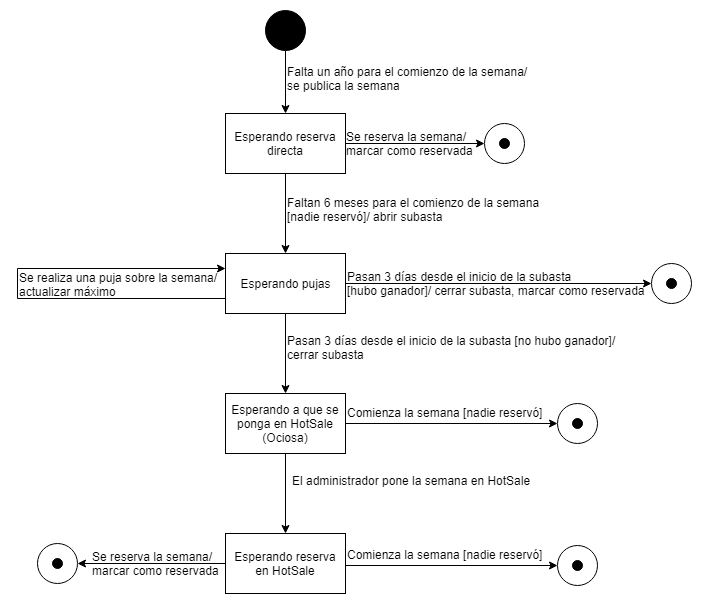
Above: entrega 4/DTE-Semanas.png in julianalmandos/homeswitchhome (draw.io), before the change. Source tidied: cells renumbered, new cells last; positions are measured from the earlier drawing's top-left corner, leaving out a move shared by most shapes. Its diagram source:
```xml
<mxGraphModel>
  <root>
    <mxCell id="0" />
    <mxCell id="1" parent="0" />
    <mxCell id="2" style="edgeStyle=orthogonalEdgeStyle;rounded=0;jettySize=auto;html=1;exitX=0.5;exitY=1;exitDx=0;exitDy=0;" parent="1" edge="1" source="3" target="6">
      <mxGeometry relative="1" as="geometry" />
    </mxCell>
    <mxCell id="3" style="ellipse;whiteSpace=wrap;html=1;fillColor=#000000;" parent="1" vertex="1">
      <mxGeometry x="248" width="40" height="40" as="geometry" />
    </mxCell>
    <mxCell id="4" style="edgeStyle=orthogonalEdgeStyle;rounded=0;jettySize=auto;html=1;" parent="1" edge="1" source="6" target="9">
      <mxGeometry relative="1" as="geometry" />
    </mxCell>
    <mxCell id="5" style="edgeStyle=orthogonalEdgeStyle;rounded=0;jettySize=auto;html=1;exitX=1;exitY=0.5;exitDx=0;exitDy=0;entryX=0;entryY=0.5;entryDx=0;entryDy=0;" parent="1" edge="1" source="6" target="14">
      <mxGeometry relative="1" as="geometry" />
    </mxCell>
    <mxCell id="6" value="Esperando reserva directa" style="rounded=0;whiteSpace=wrap;html=1;" parent="1" vertex="1">
      <mxGeometry x="208" y="103" width="120" height="60" as="geometry" />
    </mxCell>
    <mxCell id="7" style="edgeStyle=orthogonalEdgeStyle;rounded=0;jettySize=auto;html=1;" parent="1" edge="1" source="9" target="11">
      <mxGeometry relative="1" as="geometry" />
    </mxCell>
    <mxCell id="8" style="edgeStyle=orthogonalEdgeStyle;rounded=0;jettySize=auto;html=1;exitX=1;exitY=0.5;exitDx=0;exitDy=0;entryX=0;entryY=0.5;entryDx=0;entryDy=0;" parent="1" edge="1" source="9" target="16">
      <mxGeometry relative="1" as="geometry" />
    </mxCell>
    <mxCell id="9" value="Esperando pujas" style="rounded=0;whiteSpace=wrap;html=1;" parent="1" vertex="1">
      <mxGeometry x="208" y="243" width="120" height="60" as="geometry" />
    </mxCell>
    <mxCell id="10" style="edgeStyle=orthogonalEdgeStyle;rounded=0;jettySize=auto;html=1;" parent="1" edge="1" source="11" target="13">
      <mxGeometry relative="1" as="geometry" />
    </mxCell>
    <mxCell id="11" value="Esperando a que se ponga en HotSale (Ociosa)" style="rounded=0;whiteSpace=wrap;html=1;" parent="1" vertex="1">
      <mxGeometry x="208" y="383" width="120" height="60" as="geometry" />
    </mxCell>
    <mxCell id="12" style="edgeStyle=orthogonalEdgeStyle;rounded=0;jettySize=auto;html=1;exitX=0;exitY=0.5;exitDx=0;exitDy=0;entryX=1;entryY=0.5;entryDx=0;entryDy=0;" parent="1" edge="1" source="13" target="32">
      <mxGeometry relative="1" as="geometry" />
    </mxCell>
    <mxCell id="13" value="Esperando reserva en HotSale" style="rounded=0;whiteSpace=wrap;html=1;" parent="1" vertex="1">
      <mxGeometry x="208" y="523" width="120" height="60" as="geometry" />
    </mxCell>
    <mxCell id="14" style="ellipse;whiteSpace=wrap;html=1;fillColor=none;" parent="1" vertex="1">
      <mxGeometry x="467" y="113" width="40" height="40" as="geometry" />
    </mxCell>
    <mxCell id="15" style="ellipse;whiteSpace=wrap;html=1;fillColor=#000000;" parent="1" vertex="1">
      <mxGeometry x="482" y="128" width="10" height="10" as="geometry" />
    </mxCell>
    <mxCell id="16" style="ellipse;whiteSpace=wrap;html=1;fillColor=none;" parent="1" vertex="1">
      <mxGeometry x="634" y="253" width="40" height="40" as="geometry" />
    </mxCell>
    <mxCell id="17" style="ellipse;whiteSpace=wrap;html=1;fillColor=#000000;" parent="1" vertex="1">
      <mxGeometry x="649" y="268" width="10" height="10" as="geometry" />
    </mxCell>
    <mxCell id="18" style="edgeStyle=orthogonalEdgeStyle;rounded=0;jettySize=auto;html=1;exitX=1;exitY=0.5;exitDx=0;exitDy=0;entryX=0;entryY=0.5;entryDx=0;entryDy=0;" parent="1" edge="1" target="19">
      <mxGeometry relative="1" as="geometry">
        <mxPoint x="328" y="555" as="sourcePoint" />
      </mxGeometry>
    </mxCell>
    <mxCell id="19" style="ellipse;whiteSpace=wrap;html=1;fillColor=none;" parent="1" vertex="1">
      <mxGeometry x="540" y="535" width="40" height="40" as="geometry" />
    </mxCell>
    <mxCell id="20" style="ellipse;whiteSpace=wrap;html=1;fillColor=#000000;" parent="1" vertex="1">
      <mxGeometry x="555" y="550" width="10" height="10" as="geometry" />
    </mxCell>
    <mxCell id="21" style="edgeStyle=orthogonalEdgeStyle;rounded=0;jettySize=auto;html=1;exitX=1;exitY=0.5;exitDx=0;exitDy=0;entryX=0;entryY=0.5;entryDx=0;entryDy=0;" parent="1" edge="1" target="22">
      <mxGeometry relative="1" as="geometry">
        <mxPoint x="328" y="413" as="sourcePoint" />
      </mxGeometry>
    </mxCell>
    <mxCell id="22" style="ellipse;whiteSpace=wrap;html=1;fillColor=none;" parent="1" vertex="1">
      <mxGeometry x="540" y="393" width="40" height="40" as="geometry" />
    </mxCell>
    <mxCell id="23" style="ellipse;whiteSpace=wrap;html=1;fillColor=#000000;" parent="1" vertex="1">
      <mxGeometry x="555" y="408" width="10" height="10" as="geometry" />
    </mxCell>
    <mxCell id="24" value="Falta un año para el comienzo de la semana/&lt;br&gt;se publica la semana&lt;br&gt;" style="text;html=1;align=left;verticalAlign=top;spacingTop=-4;" parent="1" vertex="1">
      <mxGeometry x="268" y="52" width="260" height="30" as="geometry" />
    </mxCell>
    <mxCell id="25" value="Se reserva la semana/&lt;br&gt;marcar como reservada&lt;br&gt;" style="text;html=1;align=left;verticalAlign=top;spacingTop=-4;" parent="1" vertex="1">
      <mxGeometry x="327" y="116.5" width="140" height="30" as="geometry" />
    </mxCell>
    <mxCell id="26" value="Faltan 6 meses para el comienzo de la semana&lt;br&gt;[nadie reservó]/ abrir subasta&lt;br&gt;" style="text;html=1;align=left;verticalAlign=top;spacingTop=-4;" parent="1" vertex="1">
      <mxGeometry x="268" y="183" width="270" height="30" as="geometry" />
    </mxCell>
    <mxCell id="27" style="edgeStyle=orthogonalEdgeStyle;rounded=0;orthogonalLoop=1;jettySize=auto;html=1;exitX=0;exitY=0.75;exitDx=0;exitDy=0;entryX=0;entryY=0.25;entryDx=0;entryDy=0;" parent="1" edge="1" source="9" target="9">
      <mxGeometry relative="1" as="geometry">
        <Array as="points">
          <mxPoint y="288" />
          <mxPoint y="258" />
        </Array>
      </mxGeometry>
    </mxCell>
    <mxCell id="28" value="Se realiza una puja sobre la semana/&lt;br&gt;actualizar máximo" style="text;html=1;align=left;verticalAlign=top;spacingTop=-4;" parent="1" vertex="1">
      <mxGeometry y="258" width="210" height="30" as="geometry" />
    </mxCell>
    <mxCell id="29" value="Pasan 3 días desde el inicio de la subasta [no hubo ganador]/&lt;br&gt;cerrar subasta&lt;br&gt;" style="text;html=1;align=left;verticalAlign=top;spacingTop=-4;" parent="1" vertex="1">
      <mxGeometry x="268" y="320.5" width="340" height="30" as="geometry" />
    </mxCell>
    <mxCell id="30" value="El administrador pone la semana en HotSale" style="text;html=1;align=left;verticalAlign=top;spacingTop=-4;" parent="1" vertex="1">
      <mxGeometry x="273" y="460.5" width="250" height="20" as="geometry" />
    </mxCell>
    <mxCell id="31" value="Comienza la semana [nadie reservó]" style="text;html=1;align=left;verticalAlign=top;spacingTop=-4;" parent="1" vertex="1">
      <mxGeometry x="328" y="535" width="210" height="20" as="geometry" />
    </mxCell>
    <mxCell id="32" style="ellipse;whiteSpace=wrap;html=1;fillColor=none;" parent="1" vertex="1">
      <mxGeometry x="20" y="533" width="40" height="40" as="geometry" />
    </mxCell>
    <mxCell id="33" style="ellipse;whiteSpace=wrap;html=1;fillColor=#000000;" parent="1" vertex="1">
      <mxGeometry x="35" y="548" width="10" height="10" as="geometry" />
    </mxCell>
    <mxCell id="34" value="Se reserva la semana/&lt;br&gt;marcar como reservada&lt;br&gt;" style="text;html=1;align=left;verticalAlign=top;spacingTop=-4;" parent="1" vertex="1">
      <mxGeometry x="73" y="537" width="140" height="30" as="geometry" />
    </mxCell>
    <mxCell id="35" value="Comienza la semana [nadie reservó]" style="text;html=1;align=left;verticalAlign=top;spacingTop=-4;" parent="1" vertex="1">
      <mxGeometry x="328" y="393" width="210" height="20" as="geometry" />
    </mxCell>
    <mxCell id="36" value="Pasan 3 días desde el inicio de la subasta&lt;br&gt;[hubo ganador]/ cerrar subasta, marcar como reservada&lt;br&gt;" style="text;html=1;align=left;verticalAlign=top;spacingTop=-4;" parent="1" vertex="1">
      <mxGeometry x="328" y="257" width="310" height="30" as="geometry" />
    </mxCell>
  </root>
</mxGraphModel>
```
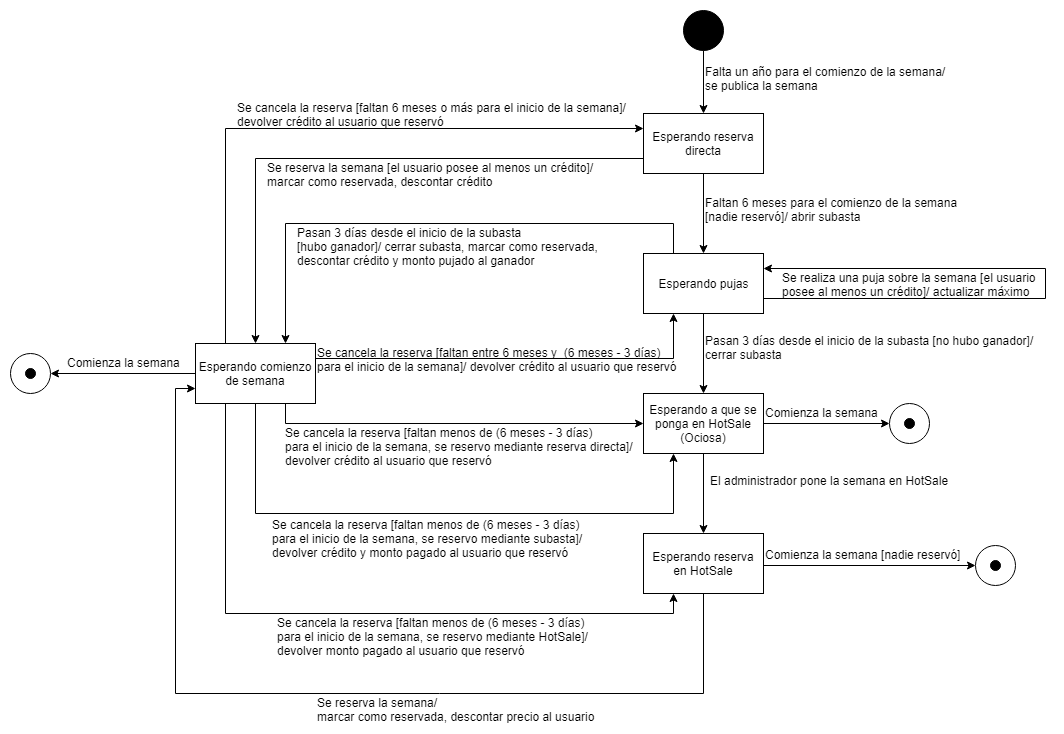
The same file after the commit.

Commit message:
corrección dte semanas

Diff of the diagram source:
```diff
@@ -11,18 +11,23 @@
     <mxCell id="4" style="edgeStyle=orthogonalEdgeStyle;rounded=0;jettySize=auto;html=1;" parent="1" edge="1" source="6" target="9">
       <mxGeometry relative="1" as="geometry" />
     </mxCell>
-    <mxCell id="5" style="edgeStyle=orthogonalEdgeStyle;rounded=0;jettySize=auto;html=1;exitX=1;exitY=0.5;exitDx=0;exitDy=0;entryX=0;entryY=0.5;entryDx=0;entryDy=0;" parent="1" edge="1" source="6" target="14">
-      <mxGeometry relative="1" as="geometry" />
-    </mxCell>
+    <mxCell id="37" style="edgeStyle=orthogonalEdgeStyle;rounded=0;jettySize=auto;html=1;exitX=0;exitY=0.75;exitDx=0;exitDy=0;entryX=0.5;entryY=0;entryDx=0;entryDy=0;" parent="1" edge="1" source="6" target="45">
+      <mxGeometry relative="1" as="geometry" />
+    </mxCell>
     <mxCell id="6" value="Esperando reserva directa" style="rounded=0;whiteSpace=wrap;html=1;" parent="1" vertex="1">
       <mxGeometry x="208" y="103" width="120" height="60" as="geometry" />
     </mxCell>
     <mxCell id="7" style="edgeStyle=orthogonalEdgeStyle;rounded=0;jettySize=auto;html=1;" parent="1" edge="1" source="9" target="11">
       <mxGeometry relative="1" as="geometry" />
     </mxCell>
-    <mxCell id="8" style="edgeStyle=orthogonalEdgeStyle;rounded=0;jettySize=auto;html=1;exitX=1;exitY=0.5;exitDx=0;exitDy=0;entryX=0;entryY=0.5;entryDx=0;entryDy=0;" parent="1" edge="1" source="9" target="16">
-      <mxGeometry relative="1" as="geometry" />
-    </mxCell>
+    <mxCell id="38" style="edgeStyle=orthogonalEdgeStyle;rounded=0;jettySize=auto;html=1;exitX=0.25;exitY=0;exitDx=0;exitDy=0;entryX=0.75;entryY=0;entryDx=0;entryDy=0;" parent="1" edge="1" source="9" target="45">
+      <mxGeometry relative="1" as="geometry">
+        <Array as="points">
+          <mxPoint x="238" y="213" />
+          <mxPoint x="-150" y="213" />
+        </Array>
+      </mxGeometry>
+    </mxCell>
     <mxCell id="9" value="Esperando pujas" style="rounded=0;whiteSpace=wrap;html=1;" parent="1" vertex="1">
       <mxGeometry x="208" y="243" width="120" height="60" as="geometry" />
     </mxCell>
@@ -32,24 +37,18 @@
     <mxCell id="11" value="Esperando a que se ponga en HotSale (Ociosa)" style="rounded=0;whiteSpace=wrap;html=1;" parent="1" vertex="1">
       <mxGeometry x="208" y="383" width="120" height="60" as="geometry" />
     </mxCell>
-    <mxCell id="12" style="edgeStyle=orthogonalEdgeStyle;rounded=0;jettySize=auto;html=1;exitX=0;exitY=0.5;exitDx=0;exitDy=0;entryX=1;entryY=0.5;entryDx=0;entryDy=0;" parent="1" edge="1" source="13" target="32">
-      <mxGeometry relative="1" as="geometry" />
+    <mxCell id="12" style="edgeStyle=orthogonalEdgeStyle;rounded=0;jettySize=auto;html=1;exitX=0.5;exitY=1;exitDx=0;exitDy=0;entryX=0;entryY=0.75;entryDx=0;entryDy=0;" parent="1" edge="1" source="13" target="45">
+      <mxGeometry relative="1" as="geometry">
+        <Array as="points">
+          <mxPoint x="268" y="683" />
+          <mxPoint x="-260" y="683" />
+          <mxPoint x="-260" y="378" />
+        </Array>
+      </mxGeometry>
     </mxCell>
     <mxCell id="13" value="Esperando reserva en HotSale" style="rounded=0;whiteSpace=wrap;html=1;" parent="1" vertex="1">
       <mxGeometry x="208" y="523" width="120" height="60" as="geometry" />
     </mxCell>
-    <mxCell id="14" style="ellipse;whiteSpace=wrap;html=1;fillColor=none;" parent="1" vertex="1">
-      <mxGeometry x="467" y="113" width="40" height="40" as="geometry" />
-    </mxCell>
-    <mxCell id="15" style="ellipse;whiteSpace=wrap;html=1;fillColor=#000000;" parent="1" vertex="1">
-      <mxGeometry x="482" y="128" width="10" height="10" as="geometry" />
-    </mxCell>
-    <mxCell id="16" style="ellipse;whiteSpace=wrap;html=1;fillColor=none;" parent="1" vertex="1">
-      <mxGeometry x="634" y="253" width="40" height="40" as="geometry" />
-    </mxCell>
-    <mxCell id="17" style="ellipse;whiteSpace=wrap;html=1;fillColor=#000000;" parent="1" vertex="1">
-      <mxGeometry x="649" y="268" width="10" height="10" as="geometry" />
-    </mxCell>
     <mxCell id="18" style="edgeStyle=orthogonalEdgeStyle;rounded=0;jettySize=auto;html=1;exitX=1;exitY=0.5;exitDx=0;exitDy=0;entryX=0;entryY=0.5;entryDx=0;entryDy=0;" parent="1" edge="1" target="19">
       <mxGeometry relative="1" as="geometry">
         <mxPoint x="328" y="555" as="sourcePoint" />
@@ -67,30 +66,22 @@
       </mxGeometry>
     </mxCell>
     <mxCell id="22" style="ellipse;whiteSpace=wrap;html=1;fillColor=none;" parent="1" vertex="1">
-      <mxGeometry x="540" y="393" width="40" height="40" as="geometry" />
+      <mxGeometry x="454" y="393" width="40" height="40" as="geometry" />
     </mxCell>
     <mxCell id="23" style="ellipse;whiteSpace=wrap;html=1;fillColor=#000000;" parent="1" vertex="1">
-      <mxGeometry x="555" y="408" width="10" height="10" as="geometry" />
+      <mxGeometry x="469" y="408" width="10" height="10" as="geometry" />
     </mxCell>
     <mxCell id="24" value="Falta un año para el comienzo de la semana/&lt;br&gt;se publica la semana&lt;br&gt;" style="text;html=1;align=left;verticalAlign=top;spacingTop=-4;" parent="1" vertex="1">
       <mxGeometry x="268" y="52" width="260" height="30" as="geometry" />
     </mxCell>
-    <mxCell id="25" value="Se reserva la semana/&lt;br&gt;marcar como reservada&lt;br&gt;" style="text;html=1;align=left;verticalAlign=top;spacingTop=-4;" parent="1" vertex="1">
-      <mxGeometry x="327" y="116.5" width="140" height="30" as="geometry" />
+    <mxCell id="25" value="Se reserva la semana [el usuario posee al menos un crédito]/&lt;br&gt;marcar como reservada, descontar crédito&lt;br&gt;" style="text;html=1;align=left;verticalAlign=top;spacingTop=-4;" parent="1" vertex="1">
+      <mxGeometry x="-170" y="148" width="340" height="30" as="geometry" />
     </mxCell>
     <mxCell id="26" value="Faltan 6 meses para el comienzo de la semana&lt;br&gt;[nadie reservó]/ abrir subasta&lt;br&gt;" style="text;html=1;align=left;verticalAlign=top;spacingTop=-4;" parent="1" vertex="1">
       <mxGeometry x="268" y="183" width="270" height="30" as="geometry" />
     </mxCell>
-    <mxCell id="27" style="edgeStyle=orthogonalEdgeStyle;rounded=0;orthogonalLoop=1;jettySize=auto;html=1;exitX=0;exitY=0.75;exitDx=0;exitDy=0;entryX=0;entryY=0.25;entryDx=0;entryDy=0;" parent="1" edge="1" source="9" target="9">
-      <mxGeometry relative="1" as="geometry">
-        <Array as="points">
-          <mxPoint y="288" />
-          <mxPoint y="258" />
-        </Array>
-      </mxGeometry>
-    </mxCell>
-    <mxCell id="28" value="Se realiza una puja sobre la semana/&lt;br&gt;actualizar máximo" style="text;html=1;align=left;verticalAlign=top;spacingTop=-4;" parent="1" vertex="1">
-      <mxGeometry y="258" width="210" height="30" as="geometry" />
+    <mxCell id="28" value="Se realiza una puja sobre la semana [el usuario&lt;br&gt;posee al menos un crédito]/ actualizar máximo" style="text;html=1;align=left;verticalAlign=top;spacingTop=-4;" parent="1" vertex="1">
+      <mxGeometry x="345" y="258" width="270" height="30" as="geometry" />
     </mxCell>
     <mxCell id="29" value="Pasan 3 días desde el inicio de la subasta [no hubo ganador]/&lt;br&gt;cerrar subasta&lt;br&gt;" style="text;html=1;align=left;verticalAlign=top;spacingTop=-4;" parent="1" vertex="1">
       <mxGeometry x="268" y="320.5" width="340" height="30" as="geometry" />
@@ -101,20 +92,77 @@
     <mxCell id="31" value="Comienza la semana [nadie reservó]" style="text;html=1;align=left;verticalAlign=top;spacingTop=-4;" parent="1" vertex="1">
       <mxGeometry x="328" y="535" width="210" height="20" as="geometry" />
     </mxCell>
-    <mxCell id="32" style="ellipse;whiteSpace=wrap;html=1;fillColor=none;" parent="1" vertex="1">
-      <mxGeometry x="20" y="533" width="40" height="40" as="geometry" />
-    </mxCell>
-    <mxCell id="33" style="ellipse;whiteSpace=wrap;html=1;fillColor=#000000;" parent="1" vertex="1">
-      <mxGeometry x="35" y="548" width="10" height="10" as="geometry" />
-    </mxCell>
-    <mxCell id="34" value="Se reserva la semana/&lt;br&gt;marcar como reservada&lt;br&gt;" style="text;html=1;align=left;verticalAlign=top;spacingTop=-4;" parent="1" vertex="1">
-      <mxGeometry x="73" y="537" width="140" height="30" as="geometry" />
+    <mxCell id="34" value="Se reserva la semana/&lt;br&gt;marcar como reservada, descontar precio al usuario&lt;br&gt;" style="text;html=1;align=left;verticalAlign=top;spacingTop=-4;" parent="1" vertex="1">
+      <mxGeometry x="-120" y="683" width="290" height="30" as="geometry" />
     </mxCell>
-    <mxCell id="35" value="Comienza la semana [nadie reservó]" style="text;html=1;align=left;verticalAlign=top;spacingTop=-4;" parent="1" vertex="1">
-      <mxGeometry x="328" y="393" width="210" height="20" as="geometry" />
+    <mxCell id="35" value="Comienza la semana" style="text;html=1;align=left;verticalAlign=top;spacingTop=-4;" parent="1" vertex="1">
+      <mxGeometry x="328" y="393" width="130" height="20" as="geometry" />
     </mxCell>
-    <mxCell id="36" value="Pasan 3 días desde el inicio de la subasta&lt;br&gt;[hubo ganador]/ cerrar subasta, marcar como reservada&lt;br&gt;" style="text;html=1;align=left;verticalAlign=top;spacingTop=-4;" parent="1" vertex="1">
-      <mxGeometry x="328" y="257" width="310" height="30" as="geometry" />
+    <mxCell id="36" value="Pasan 3 días desde el inicio de la subasta&lt;br&gt;[hubo ganador]/ cerrar subasta, marcar como reservada,&lt;br&gt;descontar crédito y monto pujado al ganador&lt;br&gt;" style="text;html=1;align=left;verticalAlign=top;spacingTop=-4;" parent="1" vertex="1">
+      <mxGeometry x="-140" y="213" width="320" height="40" as="geometry" />
     </mxCell>
+    <mxCell id="39" style="edgeStyle=orthogonalEdgeStyle;rounded=0;jettySize=auto;html=1;exitX=0;exitY=0.5;exitDx=0;exitDy=0;" parent="1" edge="1" source="45" target="46">
+      <mxGeometry relative="1" as="geometry" />
+    </mxCell>
+    <mxCell id="40" style="edgeStyle=orthogonalEdgeStyle;rounded=0;jettySize=auto;html=1;exitX=0.25;exitY=0;exitDx=0;exitDy=0;entryX=0;entryY=0.25;entryDx=0;entryDy=0;" parent="1" edge="1" source="45" target="6">
+      <mxGeometry relative="1" as="geometry" />
+    </mxCell>
+    <mxCell id="41" style="edgeStyle=orthogonalEdgeStyle;rounded=0;jettySize=auto;html=1;exitX=1;exitY=0.25;exitDx=0;exitDy=0;entryX=0.25;entryY=1;entryDx=0;entryDy=0;" parent="1" edge="1" source="45" target="9">
+      <mxGeometry relative="1" as="geometry" />
+    </mxCell>
+    <mxCell id="42" style="edgeStyle=orthogonalEdgeStyle;rounded=0;jettySize=auto;html=1;exitX=0.75;exitY=1;exitDx=0;exitDy=0;" parent="1" edge="1" source="45" target="11">
+      <mxGeometry relative="1" as="geometry" />
+    </mxCell>
+    <mxCell id="43" style="edgeStyle=orthogonalEdgeStyle;rounded=0;jettySize=auto;html=1;exitX=0.5;exitY=1;exitDx=0;exitDy=0;entryX=0.25;entryY=1;entryDx=0;entryDy=0;" parent="1" edge="1" source="45" target="11">
+      <mxGeometry relative="1" as="geometry">
+        <Array as="points">
+          <mxPoint x="-180" y="503" />
+          <mxPoint x="238" y="503" />
+        </Array>
+      </mxGeometry>
+    </mxCell>
+    <mxCell id="44" style="edgeStyle=orthogonalEdgeStyle;rounded=0;jettySize=auto;html=1;exitX=0.25;exitY=1;exitDx=0;exitDy=0;entryX=0.25;entryY=1;entryDx=0;entryDy=0;" parent="1" edge="1" source="45" target="13">
+      <mxGeometry relative="1" as="geometry">
+        <Array as="points">
+          <mxPoint x="-210" y="603" />
+          <mxPoint x="238" y="603" />
+        </Array>
+      </mxGeometry>
+    </mxCell>
+    <mxCell id="45" value="Esperando comienzo de semana" style="rounded=0;whiteSpace=wrap;html=1;" parent="1" vertex="1">
+      <mxGeometry x="-240" y="333" width="120" height="60" as="geometry" />
+    </mxCell>
+    <mxCell id="27" style="edgeStyle=orthogonalEdgeStyle;rounded=0;orthogonalLoop=1;jettySize=auto;html=1;exitX=1;exitY=0.75;exitDx=0;exitDy=0;entryX=1;entryY=0.25;entryDx=0;entryDy=0;" parent="1" edge="1" source="9" target="9">
+      <mxGeometry relative="1" as="geometry">
+        <Array as="points">
+          <mxPoint x="610" y="288" />
+          <mxPoint x="610" y="258" />
+        </Array>
+      </mxGeometry>
+    </mxCell>
+    <mxCell id="46" style="ellipse;whiteSpace=wrap;html=1;fillColor=none;" parent="1" vertex="1">
+      <mxGeometry x="-425" y="343" width="40" height="40" as="geometry" />
+    </mxCell>
+    <mxCell id="47" style="ellipse;whiteSpace=wrap;html=1;fillColor=#000000;" parent="1" vertex="1">
+      <mxGeometry x="-410" y="358" width="10" height="10" as="geometry" />
+    </mxCell>
+    <mxCell id="48" value="Comienza la semana" style="text;html=1;align=left;verticalAlign=top;spacingTop=-4;" parent="1" vertex="1">
+      <mxGeometry x="-370" y="342.5" width="130" height="20" as="geometry" />
+    </mxCell>
+    <mxCell id="49" value="Se cancela la reserva [faltan 6 meses o más para el inicio de la semana]/&lt;br&gt;devolver crédito al usuario que reservó&lt;br&gt;" style="text;html=1;align=left;verticalAlign=top;spacingTop=-4;" parent="1" vertex="1">
+      <mxGeometry x="-200" y="88" width="400" height="30" as="geometry" />
+    </mxCell>
+    <mxCell id="50" value="Se cancela la reserva [faltan entre 6 meses y&amp;nbsp; (6 meses - 3 días)&lt;br&gt;para el inicio de la semana]/ devolver crédito al usuario que reservó" style="text;html=1;align=left;verticalAlign=top;spacingTop=-4;" parent="1" vertex="1">
+      <mxGeometry x="-120" y="332.5" width="370" height="30" as="geometry" />
+    </mxCell>
+    <mxCell id="51" value="Se cancela la reserva [faltan menos de (6 meses - 3 días)&lt;br&gt;para el inicio de la semana, se reservo mediante reserva directa]/&lt;br&gt;devolver crédito al usuario que reservó&lt;br&gt;" style="text;html=1;align=left;verticalAlign=top;spacingTop=-4;" parent="1" vertex="1">
+      <mxGeometry x="-152" y="413" width="360" height="40" as="geometry" />
+    </mxCell>
+    <mxCell id="52" value="Se cancela la reserva [faltan menos de (6 meses - 3 días)&lt;br&gt;para el inicio de la semana, se reservo mediante subasta]/&lt;br&gt;devolver crédito y monto pagado al usuario que reservó" style="text;html=1;align=left;verticalAlign=top;spacingTop=-4;" parent="1" vertex="1">
+      <mxGeometry x="-165" y="505" width="330" height="40" as="geometry" />
+    </mxCell>
+    <mxCell id="53" value="Se cancela la reserva [faltan menos de (6 meses - 3 días)&lt;br&gt;para el inicio de la semana, se reservo mediante HotSale]/&lt;br&gt;devolver monto pagado al usuario que reservó" style="text;html=1;align=left;verticalAlign=top;spacingTop=-4;" parent="1" vertex="1">
+      <mxGeometry x="-160" y="603" width="330" height="40" as="geometry" />
+    </mxCell>
   </root>
 </mxGraphModel>
```
